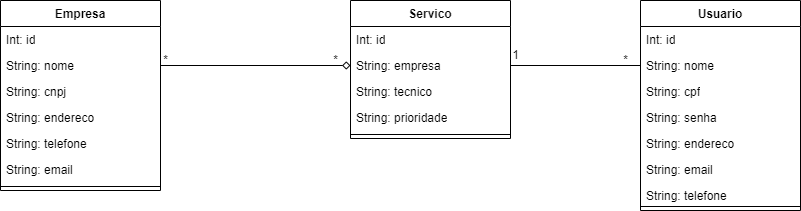
This is Projeto/diagrama-atualizado.png from joaosoaresreal/atendimentos, a draw.io export, as it was before one commit. Source tidied: cells renumbered, new cells last; positions are measured from the earlier drawing's top-left corner, leaving out a move shared by most shapes. The source it was exported from:
```xml
<mxGraphModel>
  <root>
    <mxCell id="0" />
    <mxCell id="1" parent="0" />
    <mxCell id="2" value="Usuario" style="swimlane;fontStyle=1;align=center;verticalAlign=top;horizontal=1;startSize=26;whiteSpace=wrap;html=1;" parent="1" vertex="1">
      <mxGeometry x="640" width="160" height="210" as="geometry" />
    </mxCell>
    <mxCell id="3" value="Int: id" style="text;strokeColor=none;fillColor=none;align=left;verticalAlign=top;spacingLeft=4;spacingRight=4;overflow=hidden;whiteSpace=wrap;html=1;" parent="2" vertex="1">
      <mxGeometry y="26" width="160" height="26" as="geometry" />
    </mxCell>
    <mxCell id="4" value="String: nome" style="text;strokeColor=none;fillColor=none;align=left;verticalAlign=top;spacingLeft=4;spacingRight=4;overflow=hidden;points=[[0,0.5],[1,0.5]];portConstraint=eastwest;whiteSpace=wrap;html=1;" parent="2" vertex="1">
      <mxGeometry y="52" width="160" height="26" as="geometry" />
    </mxCell>
    <mxCell id="5" value="String: cpf" style="text;strokeColor=none;fillColor=none;align=left;verticalAlign=top;spacingLeft=4;spacingRight=4;overflow=hidden;whiteSpace=wrap;html=1;" parent="2" vertex="1">
      <mxGeometry y="78" width="160" height="26" as="geometry" />
    </mxCell>
    <mxCell id="6" value="String: senha" style="text;strokeColor=none;fillColor=none;align=left;verticalAlign=top;spacingLeft=4;spacingRight=4;overflow=hidden;whiteSpace=wrap;html=1;" parent="2" vertex="1">
      <mxGeometry y="104" width="160" height="26" as="geometry" />
    </mxCell>
    <mxCell id="7" value="String: endereco" style="text;strokeColor=none;fillColor=none;align=left;verticalAlign=top;spacingLeft=4;spacingRight=4;overflow=hidden;whiteSpace=wrap;html=1;" parent="2" vertex="1">
      <mxGeometry y="130" width="160" height="26" as="geometry" />
    </mxCell>
    <mxCell id="8" value="String: email" style="text;strokeColor=none;fillColor=none;align=left;verticalAlign=top;spacingLeft=4;spacingRight=4;overflow=hidden;whiteSpace=wrap;html=1;" parent="2" vertex="1">
      <mxGeometry y="156" width="160" height="26" as="geometry" />
    </mxCell>
    <mxCell id="9" value="String: telefone" style="text;strokeColor=none;fillColor=none;align=left;verticalAlign=top;spacingLeft=4;spacingRight=4;overflow=hidden;whiteSpace=wrap;html=1;" parent="2" vertex="1">
      <mxGeometry y="182" width="160" height="20" as="geometry" />
    </mxCell>
    <mxCell id="10" style="line;strokeWidth=1;fillColor=none;align=left;verticalAlign=middle;spacingTop=-1;spacingLeft=3;spacingRight=3;labelPosition=right;strokeColor=inherit;" parent="2" vertex="1">
      <mxGeometry y="202" width="160" height="8" as="geometry" />
    </mxCell>
    <mxCell id="11" value="Servico" style="swimlane;fontStyle=1;align=center;verticalAlign=top;horizontal=1;startSize=26;whiteSpace=wrap;html=1;" parent="1" vertex="1">
      <mxGeometry x="350" width="160" height="138" as="geometry" />
    </mxCell>
    <mxCell id="12" value="Int: id" style="text;strokeColor=none;fillColor=none;align=left;verticalAlign=top;spacingLeft=4;spacingRight=4;overflow=hidden;whiteSpace=wrap;html=1;" parent="11" vertex="1">
      <mxGeometry y="26" width="160" height="26" as="geometry" />
    </mxCell>
    <mxCell id="13" value="String: empresa" style="text;strokeColor=none;fillColor=none;align=left;verticalAlign=top;spacingLeft=4;spacingRight=4;overflow=hidden;points=[[0,0.5],[1,0.5]];portConstraint=eastwest;whiteSpace=wrap;html=1;" parent="11" vertex="1">
      <mxGeometry y="52" width="160" height="26" as="geometry" />
    </mxCell>
    <mxCell id="14" value="String: tecnico" style="text;strokeColor=none;fillColor=none;align=left;verticalAlign=top;spacingLeft=4;spacingRight=4;overflow=hidden;whiteSpace=wrap;html=1;" parent="11" vertex="1">
      <mxGeometry y="78" width="160" height="26" as="geometry" />
    </mxCell>
    <mxCell id="15" value="String: prioridade" style="text;strokeColor=none;fillColor=none;align=left;verticalAlign=top;spacingLeft=4;spacingRight=4;overflow=hidden;whiteSpace=wrap;html=1;" parent="11" vertex="1">
      <mxGeometry y="104" width="160" height="26" as="geometry" />
    </mxCell>
    <mxCell id="16" style="line;strokeWidth=1;fillColor=none;align=left;verticalAlign=middle;spacingTop=-1;spacingLeft=3;spacingRight=3;labelPosition=right;strokeColor=inherit;" parent="11" vertex="1">
      <mxGeometry y="130" width="160" height="8" as="geometry" />
    </mxCell>
    <mxCell id="17" value="Empresa" style="swimlane;fontStyle=1;align=center;verticalAlign=top;horizontal=1;startSize=26;whiteSpace=wrap;html=1;" parent="1" vertex="1">
      <mxGeometry width="160" height="190" as="geometry" />
    </mxCell>
    <mxCell id="18" value="Int: id" style="text;strokeColor=none;fillColor=none;align=left;verticalAlign=top;spacingLeft=4;spacingRight=4;overflow=hidden;whiteSpace=wrap;html=1;" parent="17" vertex="1">
      <mxGeometry y="26" width="160" height="26" as="geometry" />
    </mxCell>
    <mxCell id="19" value="String: nome" style="text;strokeColor=none;fillColor=none;align=left;verticalAlign=top;spacingLeft=4;spacingRight=4;overflow=hidden;points=[[0,0.5],[1,0.5]];portConstraint=eastwest;whiteSpace=wrap;html=1;" parent="17" vertex="1">
      <mxGeometry y="52" width="160" height="26" as="geometry" />
    </mxCell>
    <mxCell id="20" value="String: cnpj" style="text;strokeColor=none;fillColor=none;align=left;verticalAlign=top;spacingLeft=4;spacingRight=4;overflow=hidden;whiteSpace=wrap;html=1;" parent="17" vertex="1">
      <mxGeometry y="78" width="160" height="26" as="geometry" />
    </mxCell>
    <mxCell id="21" value="String: endereco" style="text;strokeColor=none;fillColor=none;align=left;verticalAlign=top;spacingLeft=4;spacingRight=4;overflow=hidden;whiteSpace=wrap;html=1;" parent="17" vertex="1">
      <mxGeometry y="104" width="160" height="26" as="geometry" />
    </mxCell>
    <mxCell id="22" value="String: telefone" style="text;strokeColor=none;fillColor=none;align=left;verticalAlign=top;spacingLeft=4;spacingRight=4;overflow=hidden;whiteSpace=wrap;html=1;" parent="17" vertex="1">
      <mxGeometry y="130" width="160" height="26" as="geometry" />
    </mxCell>
    <mxCell id="23" value="String: email" style="text;strokeColor=none;fillColor=none;align=left;verticalAlign=top;spacingLeft=4;spacingRight=4;overflow=hidden;whiteSpace=wrap;html=1;" parent="17" vertex="1">
      <mxGeometry y="156" width="160" height="26" as="geometry" />
    </mxCell>
    <mxCell id="24" style="line;strokeWidth=1;fillColor=none;align=left;verticalAlign=middle;spacingTop=-1;spacingLeft=3;spacingRight=3;labelPosition=right;strokeColor=inherit;" parent="17" vertex="1">
      <mxGeometry y="182" width="160" height="8" as="geometry" />
    </mxCell>
    <mxCell id="25" value="*" style="text;html=1;align=center;verticalAlign=middle;strokeColor=none;fillColor=none;" parent="1" vertex="1">
      <mxGeometry x="150" y="45" width="30" height="30" as="geometry" />
    </mxCell>
    <mxCell id="26" value="*" style="text;html=1;align=center;verticalAlign=middle;strokeColor=none;fillColor=none;" parent="1" vertex="1">
      <mxGeometry x="320" y="45" width="30" height="30" as="geometry" />
    </mxCell>
    <mxCell id="27" value="1" style="text;html=1;align=center;verticalAlign=middle;strokeColor=none;fillColor=none;" parent="1" vertex="1">
      <mxGeometry x="500" y="40" width="30" height="30" as="geometry" />
    </mxCell>
    <mxCell id="28" value="*" style="text;html=1;align=center;verticalAlign=middle;strokeColor=none;fillColor=none;" parent="1" vertex="1">
      <mxGeometry x="610" y="45" width="30" height="30" as="geometry" />
    </mxCell>
    <mxCell id="29" style="edgeStyle=orthogonalEdgeStyle;rounded=0;jettySize=auto;html=1;endArrow=diamond;endFill=0;entryX=0;entryY=0.5;entryDx=0;entryDy=0;" parent="1" edge="1" source="19" target="13">
      <mxGeometry relative="1" as="geometry" />
    </mxCell>
    <mxCell id="30" style="edgeStyle=orthogonalEdgeStyle;rounded=0;jettySize=auto;html=1;entryX=0;entryY=0.5;entryDx=0;entryDy=0;endArrow=none;endFill=0;" parent="1" edge="1" source="13" target="4">
      <mxGeometry relative="1" as="geometry" />
    </mxCell>
  </root>
</mxGraphModel>
```
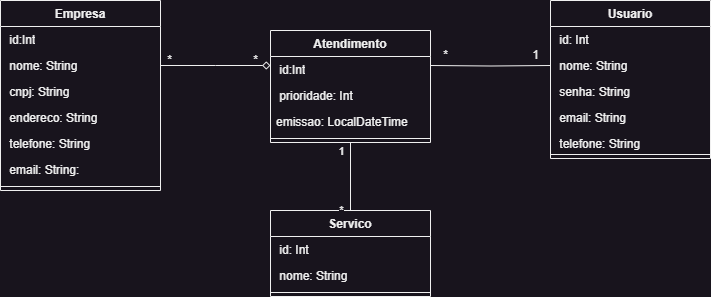
Above is the later version.

The edit, as a diff of the source:
```diff
@@ -3,91 +3,111 @@
     <mxCell id="0" />
     <mxCell id="1" parent="0" />
     <mxCell id="2" value="Usuario" style="swimlane;fontStyle=1;align=center;verticalAlign=top;horizontal=1;startSize=26;whiteSpace=wrap;html=1;" parent="1" vertex="1">
-      <mxGeometry x="640" width="160" height="210" as="geometry" />
+      <mxGeometry x="630" width="160" height="158" as="geometry" />
     </mxCell>
-    <mxCell id="3" value="Int: id" style="text;strokeColor=none;fillColor=none;align=left;verticalAlign=top;spacingLeft=4;spacingRight=4;overflow=hidden;whiteSpace=wrap;html=1;" parent="2" vertex="1">
+    <mxCell id="3" value="&amp;nbsp;id: Int" style="text;strokeColor=none;fillColor=none;align=left;verticalAlign=top;spacingLeft=4;spacingRight=4;overflow=hidden;whiteSpace=wrap;html=1;" parent="2" vertex="1">
       <mxGeometry y="26" width="160" height="26" as="geometry" />
     </mxCell>
-    <mxCell id="4" value="String: nome" style="text;strokeColor=none;fillColor=none;align=left;verticalAlign=top;spacingLeft=4;spacingRight=4;overflow=hidden;points=[[0,0.5],[1,0.5]];portConstraint=eastwest;whiteSpace=wrap;html=1;" parent="2" vertex="1">
+    <mxCell id="4" value="&amp;nbsp;nome: String" style="text;strokeColor=none;fillColor=none;align=left;verticalAlign=top;spacingLeft=4;spacingRight=4;overflow=hidden;points=[[0,0.5],[1,0.5]];portConstraint=eastwest;whiteSpace=wrap;html=1;" parent="2" vertex="1">
       <mxGeometry y="52" width="160" height="26" as="geometry" />
     </mxCell>
-    <mxCell id="5" value="String: cpf" style="text;strokeColor=none;fillColor=none;align=left;verticalAlign=top;spacingLeft=4;spacingRight=4;overflow=hidden;whiteSpace=wrap;html=1;" parent="2" vertex="1">
-      <mxGeometry y="78" width="160" height="26" as="geometry" />
-    </mxCell>
-    <mxCell id="6" value="String: senha" style="text;strokeColor=none;fillColor=none;align=left;verticalAlign=top;spacingLeft=4;spacingRight=4;overflow=hidden;whiteSpace=wrap;html=1;" parent="2" vertex="1">
-      <mxGeometry y="104" width="160" height="26" as="geometry" />
+    <mxCell id="6" value="&amp;nbsp;senha: String" style="text;strokeColor=none;fillColor=none;align=left;verticalAlign=top;spacingLeft=4;spacingRight=4;overflow=hidden;whiteSpace=wrap;html=1;" parent="2" vertex="1">
+      <mxGeometry y="78" width="160" height="26" as="geometry" />
     </mxCell>
-    <mxCell id="7" value="String: endereco" style="text;strokeColor=none;fillColor=none;align=left;verticalAlign=top;spacingLeft=4;spacingRight=4;overflow=hidden;whiteSpace=wrap;html=1;" parent="2" vertex="1">
-      <mxGeometry y="130" width="160" height="26" as="geometry" />
-    </mxCell>
-    <mxCell id="8" value="String: email" style="text;strokeColor=none;fillColor=none;align=left;verticalAlign=top;spacingLeft=4;spacingRight=4;overflow=hidden;whiteSpace=wrap;html=1;" parent="2" vertex="1">
-      <mxGeometry y="156" width="160" height="26" as="geometry" />
+    <mxCell id="8" value="&amp;nbsp;email: String" style="text;strokeColor=none;fillColor=none;align=left;verticalAlign=top;spacingLeft=4;spacingRight=4;overflow=hidden;whiteSpace=wrap;html=1;" parent="2" vertex="1">
+      <mxGeometry y="104" width="160" height="26" as="geometry" />
     </mxCell>
-    <mxCell id="9" value="String: telefone" style="text;strokeColor=none;fillColor=none;align=left;verticalAlign=top;spacingLeft=4;spacingRight=4;overflow=hidden;whiteSpace=wrap;html=1;" parent="2" vertex="1">
-      <mxGeometry y="182" width="160" height="20" as="geometry" />
+    <mxCell id="9" value="&amp;nbsp;telefone: String" style="text;strokeColor=none;fillColor=none;align=left;verticalAlign=top;spacingLeft=4;spacingRight=4;overflow=hidden;whiteSpace=wrap;html=1;" parent="2" vertex="1">
+      <mxGeometry y="130" width="160" height="20" as="geometry" />
     </mxCell>
     <mxCell id="10" style="line;strokeWidth=1;fillColor=none;align=left;verticalAlign=middle;spacingTop=-1;spacingLeft=3;spacingRight=3;labelPosition=right;strokeColor=inherit;" parent="2" vertex="1">
-      <mxGeometry y="202" width="160" height="8" as="geometry" />
+      <mxGeometry y="150" width="160" height="8" as="geometry" />
     </mxCell>
-    <mxCell id="11" value="Servico" style="swimlane;fontStyle=1;align=center;verticalAlign=top;horizontal=1;startSize=26;whiteSpace=wrap;html=1;" parent="1" vertex="1">
-      <mxGeometry x="350" width="160" height="138" as="geometry" />
+    <mxCell id="11" value="Atendimento" style="swimlane;fontStyle=1;align=center;verticalAlign=top;horizontal=1;startSize=26;whiteSpace=wrap;html=1;" parent="1" vertex="1">
+      <mxGeometry x="350" y="30" width="160" height="112" as="geometry" />
     </mxCell>
-    <mxCell id="12" value="Int: id" style="text;strokeColor=none;fillColor=none;align=left;verticalAlign=top;spacingLeft=4;spacingRight=4;overflow=hidden;whiteSpace=wrap;html=1;" parent="11" vertex="1">
+    <mxCell id="12" value="&amp;nbsp;id:Int" style="text;strokeColor=none;fillColor=none;align=left;verticalAlign=top;spacingLeft=4;spacingRight=4;overflow=hidden;whiteSpace=wrap;html=1;" parent="11" vertex="1">
       <mxGeometry y="26" width="160" height="26" as="geometry" />
     </mxCell>
-    <mxCell id="13" value="String: empresa" style="text;strokeColor=none;fillColor=none;align=left;verticalAlign=top;spacingLeft=4;spacingRight=4;overflow=hidden;points=[[0,0.5],[1,0.5]];portConstraint=eastwest;whiteSpace=wrap;html=1;" parent="11" vertex="1">
-      <mxGeometry y="52" width="160" height="26" as="geometry" />
-    </mxCell>
-    <mxCell id="14" value="String: tecnico" style="text;strokeColor=none;fillColor=none;align=left;verticalAlign=top;spacingLeft=4;spacingRight=4;overflow=hidden;whiteSpace=wrap;html=1;" parent="11" vertex="1">
-      <mxGeometry y="78" width="160" height="26" as="geometry" />
-    </mxCell>
-    <mxCell id="15" value="String: prioridade" style="text;strokeColor=none;fillColor=none;align=left;verticalAlign=top;spacingLeft=4;spacingRight=4;overflow=hidden;whiteSpace=wrap;html=1;" parent="11" vertex="1">
-      <mxGeometry y="104" width="160" height="26" as="geometry" />
-    </mxCell>
+    <mxCell id="31" value="&amp;nbsp;prioridade: Int&amp;nbsp;" style="text;strokeColor=none;fillColor=none;align=left;verticalAlign=top;spacingLeft=4;spacingRight=4;overflow=hidden;whiteSpace=wrap;html=1;" parent="11" vertex="1">
+      <mxGeometry y="52" width="160" height="26" as="geometry" />
+    </mxCell>
+    <mxCell id="32" value="emissao: LocalDateTime" style="text;strokeColor=none;fillColor=none;align=left;verticalAlign=top;spacingLeft=4;spacingRight=4;overflow=hidden;whiteSpace=wrap;html=1;" parent="11" vertex="1">
+      <mxGeometry y="78" width="160" height="26" as="geometry" />
+    </mxCell>
     <mxCell id="16" style="line;strokeWidth=1;fillColor=none;align=left;verticalAlign=middle;spacingTop=-1;spacingLeft=3;spacingRight=3;labelPosition=right;strokeColor=inherit;" parent="11" vertex="1">
-      <mxGeometry y="130" width="160" height="8" as="geometry" />
+      <mxGeometry y="104" width="160" height="8" as="geometry" />
     </mxCell>
     <mxCell id="17" value="Empresa" style="swimlane;fontStyle=1;align=center;verticalAlign=top;horizontal=1;startSize=26;whiteSpace=wrap;html=1;" parent="1" vertex="1">
-      <mxGeometry width="160" height="190" as="geometry" />
+      <mxGeometry x="80" width="160" height="190" as="geometry" />
     </mxCell>
-    <mxCell id="18" value="Int: id" style="text;strokeColor=none;fillColor=none;align=left;verticalAlign=top;spacingLeft=4;spacingRight=4;overflow=hidden;whiteSpace=wrap;html=1;" parent="17" vertex="1">
+    <mxCell id="18" value="&amp;nbsp;id:Int" style="text;strokeColor=none;fillColor=none;align=left;verticalAlign=top;spacingLeft=4;spacingRight=4;overflow=hidden;whiteSpace=wrap;html=1;" parent="17" vertex="1">
       <mxGeometry y="26" width="160" height="26" as="geometry" />
     </mxCell>
-    <mxCell id="19" value="String: nome" style="text;strokeColor=none;fillColor=none;align=left;verticalAlign=top;spacingLeft=4;spacingRight=4;overflow=hidden;points=[[0,0.5],[1,0.5]];portConstraint=eastwest;whiteSpace=wrap;html=1;" parent="17" vertex="1">
+    <mxCell id="19" value="&amp;nbsp;nome: String" style="text;strokeColor=none;fillColor=none;align=left;verticalAlign=top;spacingLeft=4;spacingRight=4;overflow=hidden;points=[[0,0.5],[1,0.5]];portConstraint=eastwest;whiteSpace=wrap;html=1;" parent="17" vertex="1">
       <mxGeometry y="52" width="160" height="26" as="geometry" />
     </mxCell>
-    <mxCell id="20" value="String: cnpj" style="text;strokeColor=none;fillColor=none;align=left;verticalAlign=top;spacingLeft=4;spacingRight=4;overflow=hidden;whiteSpace=wrap;html=1;" parent="17" vertex="1">
+    <mxCell id="20" value="&amp;nbsp;cnpj: String" style="text;strokeColor=none;fillColor=none;align=left;verticalAlign=top;spacingLeft=4;spacingRight=4;overflow=hidden;whiteSpace=wrap;html=1;" parent="17" vertex="1">
       <mxGeometry y="78" width="160" height="26" as="geometry" />
     </mxCell>
-    <mxCell id="21" value="String: endereco" style="text;strokeColor=none;fillColor=none;align=left;verticalAlign=top;spacingLeft=4;spacingRight=4;overflow=hidden;whiteSpace=wrap;html=1;" parent="17" vertex="1">
+    <mxCell id="21" value="&amp;nbsp;endereco: String" style="text;strokeColor=none;fillColor=none;align=left;verticalAlign=top;spacingLeft=4;spacingRight=4;overflow=hidden;whiteSpace=wrap;html=1;" parent="17" vertex="1">
       <mxGeometry y="104" width="160" height="26" as="geometry" />
     </mxCell>
-    <mxCell id="22" value="String: telefone" style="text;strokeColor=none;fillColor=none;align=left;verticalAlign=top;spacingLeft=4;spacingRight=4;overflow=hidden;whiteSpace=wrap;html=1;" parent="17" vertex="1">
+    <mxCell id="22" value="&amp;nbsp;telefone: String" style="text;strokeColor=none;fillColor=none;align=left;verticalAlign=top;spacingLeft=4;spacingRight=4;overflow=hidden;whiteSpace=wrap;html=1;" parent="17" vertex="1">
       <mxGeometry y="130" width="160" height="26" as="geometry" />
     </mxCell>
-    <mxCell id="23" value="String: email" style="text;strokeColor=none;fillColor=none;align=left;verticalAlign=top;spacingLeft=4;spacingRight=4;overflow=hidden;whiteSpace=wrap;html=1;" parent="17" vertex="1">
+    <mxCell id="23" value="&amp;nbsp;email: String:" style="text;strokeColor=none;fillColor=none;align=left;verticalAlign=top;spacingLeft=4;spacingRight=4;overflow=hidden;whiteSpace=wrap;html=1;" parent="17" vertex="1">
       <mxGeometry y="156" width="160" height="26" as="geometry" />
     </mxCell>
     <mxCell id="24" style="line;strokeWidth=1;fillColor=none;align=left;verticalAlign=middle;spacingTop=-1;spacingLeft=3;spacingRight=3;labelPosition=right;strokeColor=inherit;" parent="17" vertex="1">
       <mxGeometry y="182" width="160" height="8" as="geometry" />
     </mxCell>
     <mxCell id="25" value="*" style="text;html=1;align=center;verticalAlign=middle;strokeColor=none;fillColor=none;" parent="1" vertex="1">
-      <mxGeometry x="150" y="45" width="30" height="30" as="geometry" />
+      <mxGeometry x="234" y="45" width="30" height="30" as="geometry" />
     </mxCell>
     <mxCell id="26" value="*" style="text;html=1;align=center;verticalAlign=middle;strokeColor=none;fillColor=none;" parent="1" vertex="1">
       <mxGeometry x="320" y="45" width="30" height="30" as="geometry" />
     </mxCell>
-    <mxCell id="27" value="1" style="text;html=1;align=center;verticalAlign=middle;strokeColor=none;fillColor=none;" parent="1" vertex="1">
-      <mxGeometry x="500" y="40" width="30" height="30" as="geometry" />
+    <mxCell id="27" value="*" style="text;html=1;align=center;verticalAlign=middle;strokeColor=none;fillColor=none;" parent="1" vertex="1">
+      <mxGeometry x="510" y="40" width="30" height="30" as="geometry" />
     </mxCell>
-    <mxCell id="28" value="*" style="text;html=1;align=center;verticalAlign=middle;strokeColor=none;fillColor=none;" parent="1" vertex="1">
-      <mxGeometry x="610" y="45" width="30" height="30" as="geometry" />
+    <mxCell id="28" value="1" style="text;html=1;align=center;verticalAlign=middle;strokeColor=none;fillColor=none;" parent="1" vertex="1">
+      <mxGeometry x="600" y="40" width="30" height="30" as="geometry" />
     </mxCell>
-    <mxCell id="29" style="edgeStyle=orthogonalEdgeStyle;rounded=0;jettySize=auto;html=1;endArrow=diamond;endFill=0;entryX=0;entryY=0.5;entryDx=0;entryDy=0;" parent="1" edge="1" source="19" target="13">
-      <mxGeometry relative="1" as="geometry" />
+    <mxCell id="29" style="edgeStyle=orthogonalEdgeStyle;rounded=0;jettySize=auto;html=1;endArrow=diamond;endFill=0;entryX=0;entryY=0.5;entryDx=0;entryDy=0;" parent="1" edge="1" source="19">
+      <mxGeometry relative="1" as="geometry">
+        <mxPoint x="350" y="65" as="targetPoint" />
+      </mxGeometry>
     </mxCell>
-    <mxCell id="30" style="edgeStyle=orthogonalEdgeStyle;rounded=0;jettySize=auto;html=1;entryX=0;entryY=0.5;entryDx=0;entryDy=0;endArrow=none;endFill=0;" parent="1" edge="1" source="13" target="4">
-      <mxGeometry relative="1" as="geometry" />
+    <mxCell id="30" style="edgeStyle=orthogonalEdgeStyle;rounded=0;jettySize=auto;html=1;entryX=0;entryY=0.5;entryDx=0;entryDy=0;endArrow=none;endFill=0;" parent="1" edge="1" target="4">
+      <mxGeometry relative="1" as="geometry">
+        <mxPoint x="510" y="65" as="sourcePoint" />
+      </mxGeometry>
     </mxCell>
+    <mxCell id="33" value="Servico" style="swimlane;fontStyle=1;align=center;verticalAlign=top;horizontal=1;startSize=26;whiteSpace=wrap;html=1;" parent="1" vertex="1">
+      <mxGeometry x="350" y="210" width="160" height="86" as="geometry" />
+    </mxCell>
+    <mxCell id="34" value="&amp;nbsp;id: Int" style="text;strokeColor=none;fillColor=none;align=left;verticalAlign=top;spacingLeft=4;spacingRight=4;overflow=hidden;whiteSpace=wrap;html=1;" parent="33" vertex="1">
+      <mxGeometry y="26" width="160" height="26" as="geometry" />
+    </mxCell>
+    <mxCell id="35" value="&amp;nbsp;nome: String" style="text;strokeColor=none;fillColor=none;align=left;verticalAlign=top;spacingLeft=4;spacingRight=4;overflow=hidden;whiteSpace=wrap;html=1;fontStyle=0;" parent="33" vertex="1">
+      <mxGeometry y="52" width="160" height="26" as="geometry" />
+    </mxCell>
+    <mxCell id="36" style="line;strokeWidth=1;fillColor=none;align=left;verticalAlign=middle;spacingTop=-1;spacingLeft=3;spacingRight=3;labelPosition=right;strokeColor=inherit;" parent="33" vertex="1">
+      <mxGeometry y="78" width="160" height="8" as="geometry" />
+    </mxCell>
+    <mxCell id="37" style="endArrow=none;html=1;rounded=0;entryX=0.5;entryY=1;entryDx=0;entryDy=0;exitX=0.5;exitY=0;exitDx=0;exitDy=0;" parent="1" edge="1" source="33" target="11">
+      <mxGeometry relative="1" as="geometry" />
+    </mxCell>
+    <mxCell id="38" value="1&lt;br&gt;" style="edgeLabel;html=1;align=center;verticalAlign=middle;" parent="37" vertex="1">
+      <mxGeometry x="0.56" relative="1" as="geometry">
+        <mxPoint x="-10" y="-7" as="offset" />
+      </mxGeometry>
+    </mxCell>
+    <mxCell id="39" value="*" style="edgeLabel;html=1;align=center;verticalAlign=middle;" parent="37" vertex="1">
+      <mxGeometry x="-0.67" y="1" relative="1" as="geometry">
+        <mxPoint x="-9" y="10" as="offset" />
+      </mxGeometry>
+    </mxCell>
   </root>
 </mxGraphModel>
```
